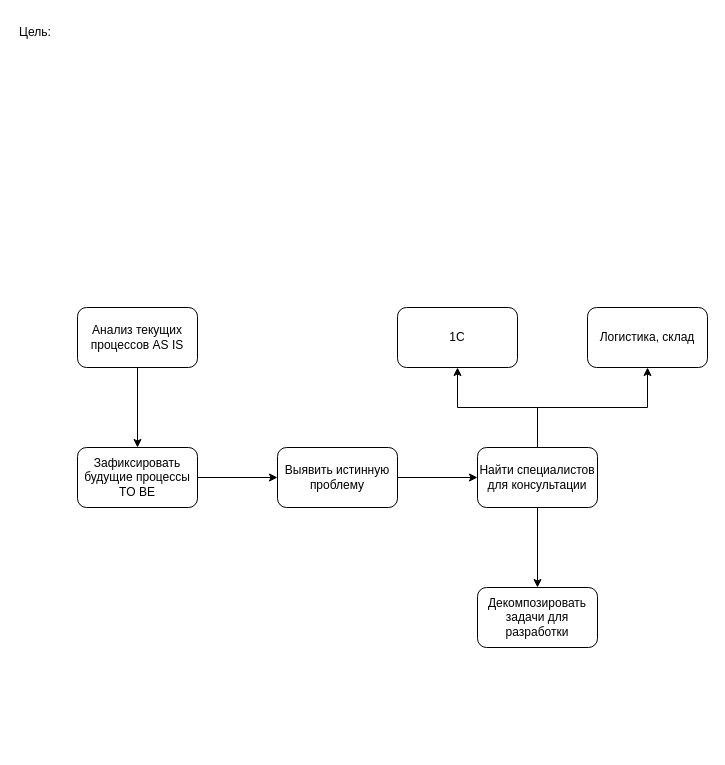
Above: План действий.drawio in iLimberg/BlackTyres (draw.io), before the change. Source tidied: cells renumbered, new cells numbered last; positions are measured from the earlier drawing's top-left corner, leaving out a move shared by most shapes. Both pictures are drawn from the tidied source at 100%, with x=0, y=0 at pixel (17, 17).
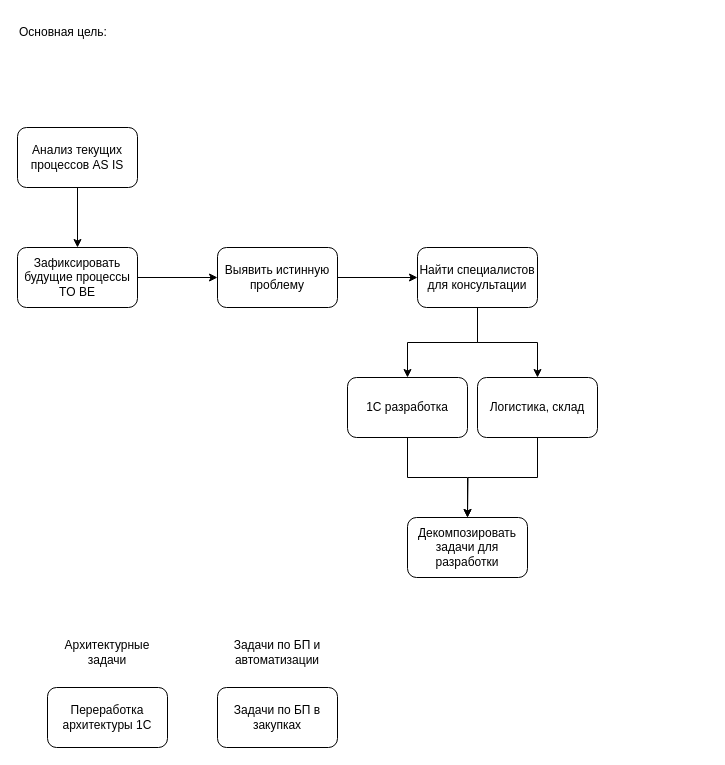
After the change.

The edit, as a diff of the source:
```diff
@@
-    <mxCell id="2" value="Цель:&amp;nbsp;" style="text;html=1;align=left;verticalAlign=middle;whiteSpace=wrap;rounded=0;" parent="1" vertex="1">
+    <mxCell id="2" value="Основная цель:" style="text;html=1;align=left;verticalAlign=middle;whiteSpace=wrap;rounded=0;" parent="1" vertex="1">
       <mxGeometry width="330" height="30" as="geometry" />
     </mxCell>
@@
     <mxCell id="4" value="Анализ текущих процессов AS IS" style="rounded=1;whiteSpace=wrap;html=1;" parent="1" vertex="1">
-      <mxGeometry x="60" y="290" width="120" height="60" as="geometry" />
+      <mxGeometry y="110" width="120" height="60" as="geometry" />
     </mxCell>
@@
     <mxCell id="6" value="Зафиксировать будущие процессы TO BE" style="rounded=1;whiteSpace=wrap;html=1;" parent="1" vertex="1">
-      <mxGeometry x="60" y="430" width="120" height="60" as="geometry" />
+      <mxGeometry y="230" width="120" height="60" as="geometry" />
     </mxCell>
@@
     <mxCell id="8" value="Выявить истинную проблему" style="rounded=1;whiteSpace=wrap;html=1;" parent="1" vertex="1">
-      <mxGeometry x="260" y="430" width="120" height="60" as="geometry" />
+      <mxGeometry x="200" y="230" width="120" height="60" as="geometry" />
     </mxCell>
@@
-    <mxCell id="11" style="edgeStyle=orthogonalEdgeStyle;rounded=0;jettySize=auto;html=1;" parent="1" edge="1" source="12" target="15">
-      <mxGeometry relative="1" as="geometry" />
-    </mxCell>
     <mxCell id="12" value="Найти специалистов для консультации" style="rounded=1;whiteSpace=wrap;html=1;" parent="1" vertex="1">
-      <mxGeometry x="460" y="430" width="120" height="60" as="geometry" />
+      <mxGeometry x="400" y="230" width="120" height="60" as="geometry" />
     </mxCell>
+    <mxCell id="16" style="edgeStyle=orthogonalEdgeStyle;rounded=0;jettySize=auto;html=1;entryX=0.5;entryY=0;entryDx=0;entryDy=0;" parent="1" edge="1" source="13" target="15">
+      <mxGeometry relative="1" as="geometry" />
+    </mxCell>
-    <mxCell id="13" value="1С" style="rounded=1;whiteSpace=wrap;html=1;" parent="1" vertex="1">
-      <mxGeometry x="380" y="290" width="120" height="60" as="geometry" />
+    <mxCell id="13" value="1С разработка" style="rounded=1;whiteSpace=wrap;html=1;" parent="1" vertex="1">
+      <mxGeometry x="330" y="360" width="120" height="60" as="geometry" />
     </mxCell>
+    <mxCell id="17" style="edgeStyle=orthogonalEdgeStyle;rounded=0;jettySize=auto;html=1;exitX=0.5;exitY=1;exitDx=0;exitDy=0;" parent="1" edge="1" source="14">
+      <mxGeometry relative="1" as="geometry">
+        <mxPoint x="450" y="500" as="targetPoint" />
+      </mxGeometry>
+    </mxCell>
     <mxCell id="14" value="Логистика, склад" style="rounded=1;whiteSpace=wrap;html=1;" parent="1" vertex="1">
-      <mxGeometry x="570" y="290" width="120" height="60" as="geometry" />
+      <mxGeometry x="460" y="360" width="120" height="60" as="geometry" />
     </mxCell>
     <mxCell id="15" value="Декомпозировать задачи для разработки" style="rounded=1;whiteSpace=wrap;html=1;" parent="1" vertex="1">
-      <mxGeometry x="460" y="570" width="120" height="60" as="geometry" />
+      <mxGeometry x="390" y="500" width="120" height="60" as="geometry" />
     </mxCell>
+    <mxCell id="18" value="Переработка архитектуры 1С" style="rounded=1;whiteSpace=wrap;html=1;" parent="1" vertex="1">
+      <mxGeometry x="30" y="670" width="120" height="60" as="geometry" />
+    </mxCell>
+    <mxCell id="19" value="Задачи по БП в закупках" style="rounded=1;whiteSpace=wrap;html=1;" parent="1" vertex="1">
+      <mxGeometry x="200" y="670" width="120" height="60" as="geometry" />
+    </mxCell>
+    <mxCell id="20" value="Архитектурные задачи" style="text;html=1;align=center;verticalAlign=middle;whiteSpace=wrap;rounded=0;" parent="1" vertex="1">
+      <mxGeometry x="30" y="620" width="120" height="30" as="geometry" />
+    </mxCell>
+    <mxCell id="21" value="Задачи по БП и автоматизации" style="text;html=1;align=center;verticalAlign=middle;whiteSpace=wrap;rounded=0;" parent="1" vertex="1">
+      <mxGeometry x="200" y="620" width="120" height="30" as="geometry" />
+    </mxCell>
```
